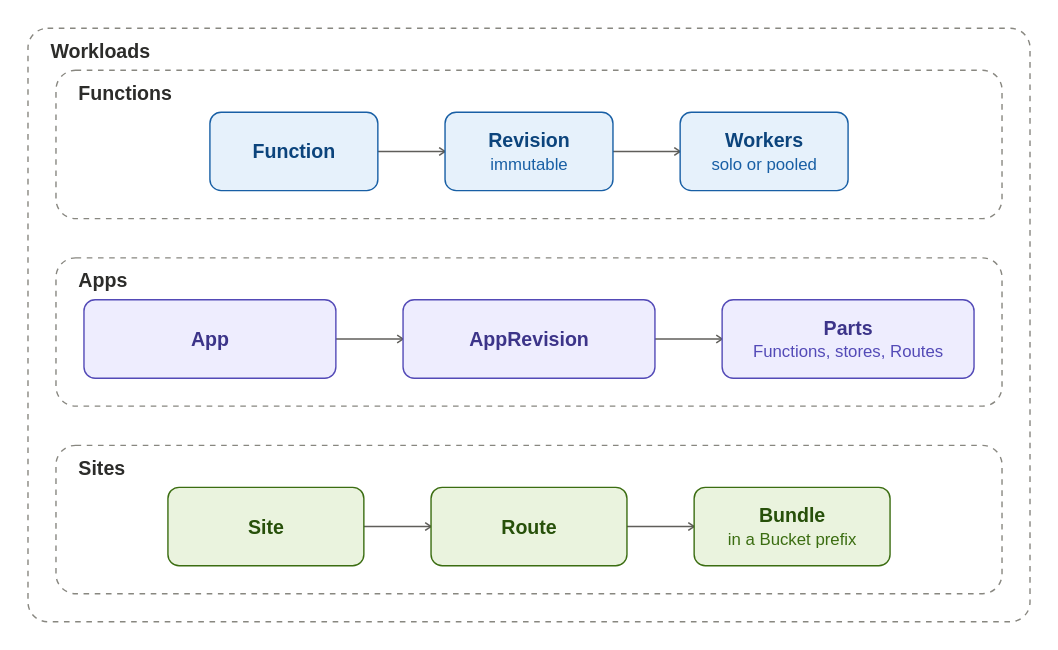
pyvvo/funcd keeps this draw.io diagram as docs/guide/assets/workloads.drawio.svg. Above is the earlier version. Source tidied: cells renumbered, new cells last; positions are measured from the earlier drawing's top-left corner, leaving out a move shared by most shapes.
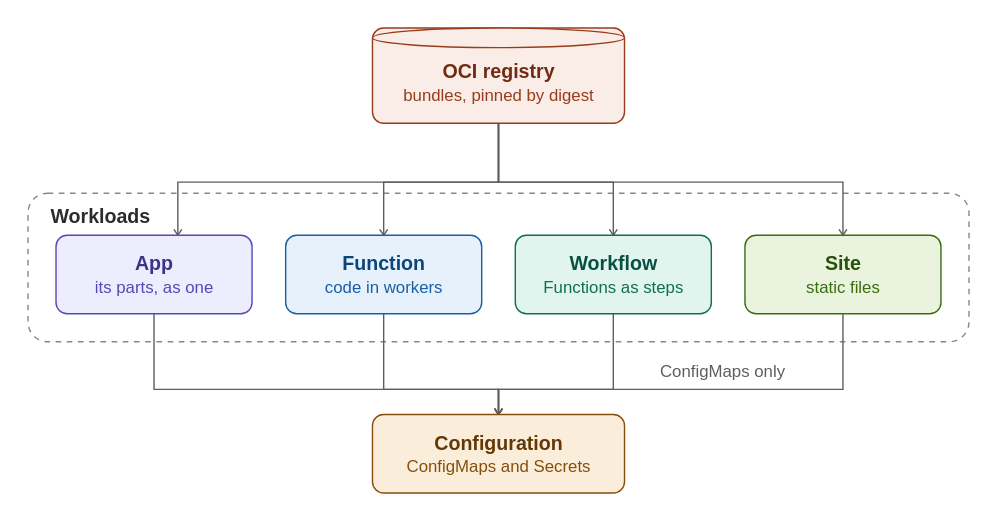
After the change.

Diff of the diagram source:
```diff
@@ -2,62 +2,91 @@
   <root>
     <mxCell id="0" />
     <mxCell id="1" parent="0" />
-    <mxCell id="2" value="Workloads" style="rounded=1;absoluteArcSize=1;arcSize=28;dashed=1;fillColor=none;strokeColor=#888780;fontStyle=1;fontSize=14;fontColor=#2C2C2A;align=left;verticalAlign=top;spacingLeft=10;spacingTop=2;html=1;" parent="1" vertex="1">
-      <mxGeometry width="716" height="424" as="geometry" />
+    <mxCell id="2" value="&lt;b&gt;OCI registry&lt;/b&gt;&lt;br&gt;&lt;font style=&quot;font-size:12px&quot; color=&quot;#993C1D&quot;&gt;bundles, pinned by digest&lt;/font&gt;" style="shape=cylinder3;boundedLbl=1;size=8;whiteSpace=wrap;html=1;fillColor=#FAECE7;strokeColor=#993C1D;fontColor=#712B13;fontSize=14;" parent="1" vertex="1">
+      <mxGeometry width="180" height="68" as="geometry" />
     </mxCell>
-    <mxCell id="3" value="Functions" style="rounded=1;absoluteArcSize=1;arcSize=28;dashed=1;fillColor=none;strokeColor=#888780;fontStyle=1;fontSize=14;fontColor=#2C2C2A;align=left;verticalAlign=top;spacingLeft=10;spacingTop=2;html=1;" parent="2" vertex="1">
-      <mxGeometry x="20" y="30" width="676" height="106" as="geometry" />
+    <mxCell id="3" value="Workloads" style="rounded=1;absoluteArcSize=1;arcSize=28;dashed=1;fillColor=none;strokeColor=#888780;fontStyle=1;fontSize=14;fontColor=#2C2C2A;align=left;verticalAlign=top;spacingLeft=10;spacingTop=2;html=1;" parent="1" vertex="1">
+      <mxGeometry x="-246" y="118" width="672" height="106" as="geometry" />
     </mxCell>
-    <mxCell id="4" value="&lt;b&gt;Function&lt;/b&gt;" style="rounded=1;absoluteArcSize=1;arcSize=16;whiteSpace=wrap;html=1;fillColor=#E6F1FB;strokeColor=#185FA5;fontColor=#0C447C;fontSize=14;" parent="3" vertex="1">
-      <mxGeometry x="110" y="30" width="120" height="56" as="geometry" />
+    <mxCell id="4" value="&lt;b&gt;App&lt;/b&gt;&lt;br&gt;&lt;font style=&quot;font-size:12px&quot; color=&quot;#534AB7&quot;&gt;its parts, as one&lt;/font&gt;" style="rounded=1;absoluteArcSize=1;arcSize=16;whiteSpace=wrap;html=1;fillColor=#EEEDFE;strokeColor=#534AB7;fontColor=#3C3489;fontSize=14;" parent="3" vertex="1">
+      <mxGeometry x="20" y="30" width="140" height="56" as="geometry" />
     </mxCell>
-    <mxCell id="5" value="&lt;b&gt;Revision&lt;/b&gt;&lt;br&gt;&lt;font style=&quot;font-size:12px&quot; color=&quot;#185FA5&quot;&gt;immutable&lt;/font&gt;" style="rounded=1;absoluteArcSize=1;arcSize=16;whiteSpace=wrap;html=1;fillColor=#E6F1FB;strokeColor=#185FA5;fontColor=#0C447C;fontSize=14;" parent="3" vertex="1">
-      <mxGeometry x="278" y="30" width="120" height="56" as="geometry" />
+    <mxCell id="5" value="&lt;b&gt;Function&lt;/b&gt;&lt;br&gt;&lt;font style=&quot;font-size:12px&quot; color=&quot;#185FA5&quot;&gt;code in workers&lt;/font&gt;" style="rounded=1;absoluteArcSize=1;arcSize=16;whiteSpace=wrap;html=1;fillColor=#E6F1FB;strokeColor=#185FA5;fontColor=#0C447C;fontSize=14;" parent="3" vertex="1">
+      <mxGeometry x="184" y="30" width="140" height="56" as="geometry" />
     </mxCell>
-    <mxCell id="6" value="&lt;b&gt;Workers&lt;/b&gt;&lt;br&gt;&lt;font style=&quot;font-size:12px&quot; color=&quot;#185FA5&quot;&gt;solo or pooled&lt;/font&gt;" style="rounded=1;absoluteArcSize=1;arcSize=16;whiteSpace=wrap;html=1;fillColor=#E6F1FB;strokeColor=#185FA5;fontColor=#0C447C;fontSize=14;" parent="3" vertex="1">
-      <mxGeometry x="446" y="30" width="120" height="56" as="geometry" />
+    <mxCell id="6" value="&lt;b&gt;Workflow&lt;/b&gt;&lt;br&gt;&lt;font style=&quot;font-size:12px&quot; color=&quot;#0F6E56&quot;&gt;Functions as steps&lt;/font&gt;" style="rounded=1;absoluteArcSize=1;arcSize=16;whiteSpace=wrap;html=1;fillColor=#E1F5EE;strokeColor=#0F6E56;fontColor=#085041;fontSize=14;" parent="3" vertex="1">
+      <mxGeometry x="348" y="30" width="140" height="56" as="geometry" />
     </mxCell>
-    <mxCell id="7" value="Apps" style="rounded=1;absoluteArcSize=1;arcSize=28;dashed=1;fillColor=none;strokeColor=#888780;fontStyle=1;fontSize=14;fontColor=#2C2C2A;align=left;verticalAlign=top;spacingLeft=10;spacingTop=2;html=1;" parent="2" vertex="1">
-      <mxGeometry x="20" y="164" width="676" height="106" as="geometry" />
+    <mxCell id="7" value="&lt;b&gt;Site&lt;/b&gt;&lt;br&gt;&lt;font style=&quot;font-size:12px&quot; color=&quot;#3B6D11&quot;&gt;static files&lt;/font&gt;" style="rounded=1;absoluteArcSize=1;arcSize=16;whiteSpace=wrap;html=1;fillColor=#EAF3DE;strokeColor=#3B6D11;fontColor=#27500A;fontSize=14;" parent="3" vertex="1">
+      <mxGeometry x="512" y="30" width="140" height="56" as="geometry" />
     </mxCell>
-    <mxCell id="8" value="&lt;b&gt;App&lt;/b&gt;" style="rounded=1;absoluteArcSize=1;arcSize=16;whiteSpace=wrap;html=1;fillColor=#EEEDFE;strokeColor=#534AB7;fontColor=#3C3489;fontSize=14;" parent="7" vertex="1">
-      <mxGeometry x="20" y="30" width="180" height="56" as="geometry" />
+    <mxCell id="8" value="&lt;b&gt;Configuration&lt;/b&gt;&lt;br&gt;&lt;font style=&quot;font-size:12px&quot; color=&quot;#854F0B&quot;&gt;ConfigMaps and Secrets&lt;/font&gt;" style="rounded=1;absoluteArcSize=1;arcSize=16;whiteSpace=wrap;html=1;fillColor=#FAEEDA;strokeColor=#854F0B;fontColor=#633806;fontSize=14;" parent="1" vertex="1">
+      <mxGeometry y="276" width="180" height="56" as="geometry" />
     </mxCell>
-    <mxCell id="9" value="&lt;b&gt;AppRevision&lt;/b&gt;" style="rounded=1;absoluteArcSize=1;arcSize=16;whiteSpace=wrap;html=1;fillColor=#EEEDFE;strokeColor=#534AB7;fontColor=#3C3489;fontSize=14;" parent="7" vertex="1">
-      <mxGeometry x="248" y="30" width="180" height="56" as="geometry" />
-    </mxCell>
-    <mxCell id="10" value="&lt;b&gt;Parts&lt;/b&gt;&lt;br&gt;&lt;font style=&quot;font-size:12px&quot; color=&quot;#534AB7&quot;&gt;Functions, stores, Routes&lt;/font&gt;" style="rounded=1;absoluteArcSize=1;arcSize=16;whiteSpace=wrap;html=1;fillColor=#EEEDFE;strokeColor=#534AB7;fontColor=#3C3489;fontSize=14;" parent="7" vertex="1">
-      <mxGeometry x="476" y="30" width="180" height="56" as="geometry" />
-    </mxCell>
-    <mxCell id="11" value="Sites" style="rounded=1;absoluteArcSize=1;arcSize=28;dashed=1;fillColor=none;strokeColor=#888780;fontStyle=1;fontSize=14;fontColor=#2C2C2A;align=left;verticalAlign=top;spacingLeft=10;spacingTop=2;html=1;" parent="2" vertex="1">
-      <mxGeometry x="20" y="298" width="676" height="106" as="geometry" />
-    </mxCell>
-    <mxCell id="12" value="&lt;b&gt;Site&lt;/b&gt;" style="rounded=1;absoluteArcSize=1;arcSize=16;whiteSpace=wrap;html=1;fillColor=#EAF3DE;strokeColor=#3B6D11;fontColor=#27500A;fontSize=14;" parent="11" vertex="1">
-      <mxGeometry x="80" y="30" width="140" height="56" as="geometry" />
-    </mxCell>
-    <mxCell id="13" value="&lt;b&gt;Route&lt;/b&gt;" style="rounded=1;absoluteArcSize=1;arcSize=16;whiteSpace=wrap;html=1;fillColor=#EAF3DE;strokeColor=#3B6D11;fontColor=#27500A;fontSize=14;" parent="11" vertex="1">
-      <mxGeometry x="268" y="30" width="140" height="56" as="geometry" />
-    </mxCell>
-    <mxCell id="14" value="&lt;b&gt;Bundle&lt;/b&gt;&lt;br&gt;&lt;font style=&quot;font-size:12px&quot; color=&quot;#3B6D11&quot;&gt;in a Bucket prefix&lt;/font&gt;" style="rounded=1;absoluteArcSize=1;arcSize=16;whiteSpace=wrap;html=1;fillColor=#EAF3DE;strokeColor=#3B6D11;fontColor=#27500A;fontSize=14;" parent="11" vertex="1">
-      <mxGeometry x="456" y="30" width="140" height="56" as="geometry" />
-    </mxCell>
-    <mxCell id="15" style="edgeStyle=orthogonalEdgeStyle;rounded=0;html=1;jettySize=auto;strokeColor=#5F5E5A;fontColor=#5F5E5A;fontSize=12;labelBackgroundColor=#FFFFFF;endSize=7;endArrow=open;endFill=0;exitX=1;exitY=0.5;exitDx=0;exitDy=0;exitPerimeter=0;entryX=0;entryY=0.5;entryDx=0;entryDy=0;entryPerimeter=0;" parent="1" edge="1" source="4" target="5">
-      <mxGeometry relative="1" as="geometry" />
+    <mxCell id="15" style="edgeStyle=orthogonalEdgeStyle;rounded=0;html=1;jettySize=auto;strokeColor=#5F5E5A;fontColor=#5F5E5A;fontSize=12;labelBackgroundColor=#FFFFFF;endSize=7;endArrow=open;endFill=0;exitX=0.5;exitY=1;exitDx=0;exitDy=0;exitPerimeter=0;entryX=0.621;entryY=0;entryDx=0;entryDy=0;entryPerimeter=0;" parent="1" edge="1" source="2" target="4">
+      <mxGeometry relative="1" as="geometry">
+        <Array as="points">
+          <mxPoint x="90" y="110" />
+          <mxPoint x="-139" y="110" />
+        </Array>
+      </mxGeometry>
     </mxCell>
-    <mxCell id="16" style="edgeStyle=orthogonalEdgeStyle;rounded=0;html=1;jettySize=auto;strokeColor=#5F5E5A;fontColor=#5F5E5A;fontSize=12;labelBackgroundColor=#FFFFFF;endSize=7;endArrow=open;endFill=0;exitX=1;exitY=0.5;exitDx=0;exitDy=0;exitPerimeter=0;entryX=0;entryY=0.5;entryDx=0;entryDy=0;entryPerimeter=0;" parent="1" edge="1" source="5" target="6">
-      <mxGeometry relative="1" as="geometry" />
+    <mxCell id="16" style="edgeStyle=orthogonalEdgeStyle;rounded=0;html=1;jettySize=auto;strokeColor=#5F5E5A;fontColor=#5F5E5A;fontSize=12;labelBackgroundColor=#FFFFFF;endSize=7;endArrow=open;endFill=0;exitX=0.5;exitY=1;exitDx=0;exitDy=0;exitPerimeter=0;entryX=0.5;entryY=0;entryDx=0;entryDy=0;entryPerimeter=0;" parent="1" edge="1" source="2" target="5">
+      <mxGeometry relative="1" as="geometry">
+        <Array as="points">
+          <mxPoint x="90" y="110" />
+          <mxPoint x="8" y="110" />
+        </Array>
+      </mxGeometry>
     </mxCell>
-    <mxCell id="17" style="edgeStyle=orthogonalEdgeStyle;rounded=0;html=1;jettySize=auto;strokeColor=#5F5E5A;fontColor=#5F5E5A;fontSize=12;labelBackgroundColor=#FFFFFF;endSize=7;endArrow=open;endFill=0;exitX=1;exitY=0.5;exitDx=0;exitDy=0;exitPerimeter=0;entryX=0;entryY=0.5;entryDx=0;entryDy=0;entryPerimeter=0;" parent="1" edge="1" source="8" target="9">
-      <mxGeometry relative="1" as="geometry" />
+    <mxCell id="17" style="edgeStyle=orthogonalEdgeStyle;rounded=0;html=1;jettySize=auto;strokeColor=#5F5E5A;fontColor=#5F5E5A;fontSize=12;labelBackgroundColor=#FFFFFF;endSize=7;endArrow=open;endFill=0;exitX=0.5;exitY=1;exitDx=0;exitDy=0;exitPerimeter=0;entryX=0.5;entryY=0;entryDx=0;entryDy=0;entryPerimeter=0;" parent="1" edge="1" source="2" target="6">
+      <mxGeometry relative="1" as="geometry">
+        <Array as="points">
+          <mxPoint x="90" y="110" />
+          <mxPoint x="172" y="110" />
+        </Array>
+      </mxGeometry>
     </mxCell>
-    <mxCell id="18" style="edgeStyle=orthogonalEdgeStyle;rounded=0;html=1;jettySize=auto;strokeColor=#5F5E5A;fontColor=#5F5E5A;fontSize=12;labelBackgroundColor=#FFFFFF;endSize=7;endArrow=open;endFill=0;exitX=1;exitY=0.5;exitDx=0;exitDy=0;exitPerimeter=0;entryX=0;entryY=0.5;entryDx=0;entryDy=0;entryPerimeter=0;" parent="1" edge="1" source="9" target="10">
-      <mxGeometry relative="1" as="geometry" />
+    <mxCell id="18" style="edgeStyle=orthogonalEdgeStyle;rounded=0;html=1;jettySize=auto;strokeColor=#5F5E5A;fontColor=#5F5E5A;fontSize=12;labelBackgroundColor=#FFFFFF;endSize=7;endArrow=open;endFill=0;exitX=0.5;exitY=1;exitDx=0;exitDy=0;exitPerimeter=0;entryX=0.5;entryY=0;entryDx=0;entryDy=0;entryPerimeter=0;" parent="1" edge="1" source="2" target="7">
+      <mxGeometry relative="1" as="geometry">
+        <Array as="points">
+          <mxPoint x="90" y="110" />
+          <mxPoint x="336" y="110" />
+        </Array>
+      </mxGeometry>
     </mxCell>
-    <mxCell id="19" style="edgeStyle=orthogonalEdgeStyle;rounded=0;html=1;jettySize=auto;strokeColor=#5F5E5A;fontColor=#5F5E5A;fontSize=12;labelBackgroundColor=#FFFFFF;endSize=7;endArrow=open;endFill=0;exitX=1;exitY=0.5;exitDx=0;exitDy=0;exitPerimeter=0;entryX=0;entryY=0.5;entryDx=0;entryDy=0;entryPerimeter=0;" parent="1" edge="1" source="12" target="13">
-      <mxGeometry relative="1" as="geometry" />
+    <mxCell id="19" style="edgeStyle=orthogonalEdgeStyle;rounded=0;html=1;jettySize=auto;strokeColor=#5F5E5A;fontColor=#5F5E5A;fontSize=12;labelBackgroundColor=#FFFFFF;endSize=7;endArrow=open;endFill=0;exitX=0.5;exitY=1;exitDx=0;exitDy=0;exitPerimeter=0;entryX=0.5;entryY=0;entryDx=0;entryDy=0;entryPerimeter=0;" parent="1" edge="1" source="4" target="8">
+      <mxGeometry relative="1" as="geometry">
+        <Array as="points">
+          <mxPoint x="-156" y="258" />
+          <mxPoint x="90" y="258" />
+        </Array>
+      </mxGeometry>
     </mxCell>
-    <mxCell id="20" style="edgeStyle=orthogonalEdgeStyle;rounded=0;html=1;jettySize=auto;strokeColor=#5F5E5A;fontColor=#5F5E5A;fontSize=12;labelBackgroundColor=#FFFFFF;endSize=7;endArrow=open;endFill=0;exitX=1;exitY=0.5;exitDx=0;exitDy=0;exitPerimeter=0;entryX=0;entryY=0.5;entryDx=0;entryDy=0;entryPerimeter=0;" parent="1" edge="1" source="13" target="14">
-      <mxGeometry relative="1" as="geometry" />
+    <mxCell id="20" style="edgeStyle=orthogonalEdgeStyle;rounded=0;html=1;jettySize=auto;strokeColor=#5F5E5A;fontColor=#5F5E5A;fontSize=12;labelBackgroundColor=#FFFFFF;endSize=7;endArrow=open;endFill=0;exitX=0.5;exitY=1;exitDx=0;exitDy=0;exitPerimeter=0;entryX=0.5;entryY=0;entryDx=0;entryDy=0;entryPerimeter=0;" parent="1" edge="1" source="5" target="8">
+      <mxGeometry relative="1" as="geometry">
+        <Array as="points">
+          <mxPoint x="8" y="258" />
+          <mxPoint x="90" y="258" />
+        </Array>
+      </mxGeometry>
     </mxCell>
+    <mxCell id="21" style="edgeStyle=orthogonalEdgeStyle;rounded=0;html=1;jettySize=auto;strokeColor=#5F5E5A;fontColor=#5F5E5A;fontSize=12;labelBackgroundColor=#FFFFFF;endSize=7;endArrow=open;endFill=0;exitX=0.5;exitY=1;exitDx=0;exitDy=0;exitPerimeter=0;entryX=0.5;entryY=0;entryDx=0;entryDy=0;entryPerimeter=0;" parent="1" edge="1" source="6" target="8">
+      <mxGeometry relative="1" as="geometry">
+        <Array as="points">
+          <mxPoint x="172" y="258" />
+          <mxPoint x="90" y="258" />
+        </Array>
+      </mxGeometry>
+    </mxCell>
+    <mxCell id="22" value="ConfigMaps only" style="edgeStyle=orthogonalEdgeStyle;rounded=0;html=1;jettySize=auto;strokeColor=#5F5E5A;fontColor=#5F5E5A;fontSize=12;labelBackgroundColor=#FFFFFF;endSize=7;endArrow=open;endFill=0;exitX=0.5;exitY=1;exitDx=0;exitDy=0;exitPerimeter=0;entryX=0.5;entryY=0;entryDx=0;entryDy=0;entryPerimeter=0;" parent="1" edge="1" source="7" target="8">
+      <mxGeometry x="-0.2" relative="1" as="geometry">
+        <Array as="points">
+          <mxPoint x="336" y="258" />
+          <mxPoint x="90" y="258" />
+        </Array>
+        <mxPoint x="-12" y="-13" as="offset" />
+      </mxGeometry>
+    </mxCell>
   </root>
 </mxGraphModel>
```
